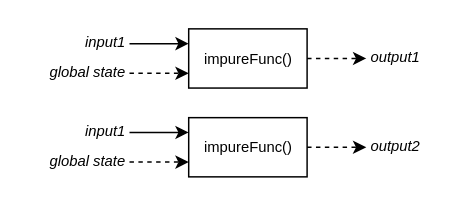
Earlier version of the draw.io diagram page "impure" (2 of 2) of posts/177-pure-function/diagrams/diagram.drawio (panzerdp/dmitripavlutin.com). Source tidied: cells renumbered, new cells numbered last; positions are measured from the earlier drawing's top-left corner, leaving out a move shared by most shapes. Both pictures are drawn from the tidied source at 148%, with x=0, y=0 at pixel (43, 25).
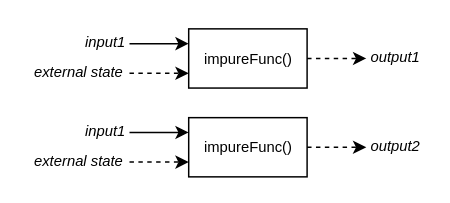
After the change.

Change to the diagram source:
```diff
@@
-    <mxCell id="8" value="global state" style="text;html=1;strokeColor=none;fillColor=none;align=center;verticalAlign=middle;whiteSpace=wrap;rounded=0;fontSize=10;fontStyle=2;" parent="1" vertex="1">
-      <mxGeometry y="19.5" width="60" height="22.5" as="geometry" />
+    <mxCell id="8" value="external state" style="text;html=1;strokeColor=none;fillColor=none;align=center;verticalAlign=middle;whiteSpace=wrap;rounded=0;fontSize=10;fontStyle=2;" parent="1" vertex="1">
+      <mxGeometry x="-12" y="19.5" width="72" height="22.5" as="geometry" />
     </mxCell>
@@
-    <mxCell id="16" value="global state" style="text;html=1;strokeColor=none;fillColor=none;align=center;verticalAlign=middle;whiteSpace=wrap;rounded=0;fontSize=10;fontStyle=2;" parent="1" vertex="1">
-      <mxGeometry y="79.5" width="60" height="22.5" as="geometry" />
+    <mxCell id="16" value="external state" style="text;html=1;strokeColor=none;fillColor=none;align=center;verticalAlign=middle;whiteSpace=wrap;rounded=0;fontSize=10;fontStyle=2;" parent="1" vertex="1">
+      <mxGeometry x="-12" y="79.5" width="72" height="22.5" as="geometry" />
     </mxCell>
```
